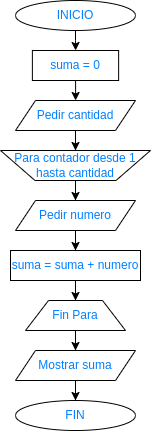
Above: DAW/primero/EntornosDesarrollo/Tema1/Diagramas de flujo II/Tercero_Supersumadora.png in Danikileitor/WebCachonda (draw.io), before the change. Source tidied: cells renumbered, new cells last; positions are measured from the earlier drawing's top-left corner, leaving out a move shared by most shapes.
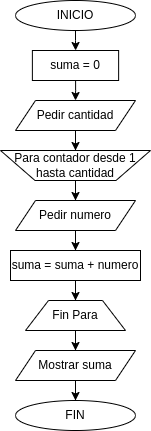
Later version of the same file.

Change to the diagram source:
```diff
@@ -2,55 +2,55 @@
   <root>
     <mxCell id="0" />
     <mxCell id="1" parent="0" />
-    <mxCell id="2" style="edgeStyle=orthogonalEdgeStyle;rounded=0;jettySize=auto;html=1;fontColor=#007FFF;" parent="1" edge="1" source="3" target="14">
+    <mxCell id="2" style="edgeStyle=orthogonalEdgeStyle;rounded=0;jettySize=auto;html=1;fontColor=#000000;" parent="1" edge="1" source="3" target="14">
       <mxGeometry relative="1" as="geometry" />
     </mxCell>
-    <mxCell id="3" value="INICIO" style="ellipse;whiteSpace=wrap;html=1;fontColor=#007FFF;" parent="1" vertex="1">
+    <mxCell id="3" value="INICIO" style="ellipse;whiteSpace=wrap;html=1;fontColor=#000000;" parent="1" vertex="1">
       <mxGeometry x="15" width="120" height="30" as="geometry" />
     </mxCell>
-    <mxCell id="4" value="FIN" style="ellipse;whiteSpace=wrap;html=1;fontColor=#007FFF;" parent="1" vertex="1">
+    <mxCell id="4" value="FIN" style="ellipse;whiteSpace=wrap;html=1;fontColor=#000000;" parent="1" vertex="1">
       <mxGeometry x="15" y="400" width="120" height="30" as="geometry" />
     </mxCell>
-    <mxCell id="5" style="edgeStyle=orthogonalEdgeStyle;rounded=0;jettySize=auto;html=1;fontColor=#007FFF;" parent="1" edge="1" source="6" target="12">
+    <mxCell id="5" style="edgeStyle=orthogonalEdgeStyle;rounded=0;jettySize=auto;html=1;fontColor=#000000;" parent="1" edge="1" source="6" target="12">
       <mxGeometry relative="1" as="geometry" />
     </mxCell>
-    <mxCell id="6" value="&lt;font&gt;Pedir numero&lt;br&gt;&lt;/font&gt;" style="shape=parallelogram;perimeter=parallelogramPerimeter;whiteSpace=wrap;html=1;fixedSize=1;fontColor=#007FFF;" parent="1" vertex="1">
+    <mxCell id="6" value="&lt;font&gt;Pedir numero&lt;br&gt;&lt;/font&gt;" style="shape=parallelogram;perimeter=parallelogramPerimeter;whiteSpace=wrap;html=1;fixedSize=1;fontColor=#000000;" parent="1" vertex="1">
       <mxGeometry x="15" y="200" width="120" height="30" as="geometry" />
     </mxCell>
-    <mxCell id="7" style="edgeStyle=orthogonalEdgeStyle;rounded=0;jettySize=auto;html=1;fontColor=#007FFF;" parent="1" edge="1" source="8" target="6">
+    <mxCell id="7" style="edgeStyle=orthogonalEdgeStyle;rounded=0;jettySize=auto;html=1;fontColor=#000000;" parent="1" edge="1" source="8" target="6">
       <mxGeometry relative="1" as="geometry" />
     </mxCell>
-    <mxCell id="8" value="Para contador desde 1 hasta cantidad" style="verticalLabelPosition=middle;verticalAlign=middle;html=1;shape=trapezoid;perimeter=trapezoidPerimeter;whiteSpace=wrap;size=0.23;arcSize=10;flipV=1;labelPosition=center;align=center;fontColor=#007FFF;" parent="1" vertex="1">
+    <mxCell id="8" value="Para contador desde 1 hasta cantidad" style="verticalLabelPosition=middle;verticalAlign=middle;html=1;shape=trapezoid;perimeter=trapezoidPerimeter;whiteSpace=wrap;size=0.23;arcSize=10;flipV=1;labelPosition=center;align=center;fontColor=#000000;" parent="1" vertex="1">
       <mxGeometry y="150" width="150" height="30" as="geometry" />
     </mxCell>
-    <mxCell id="9" style="edgeStyle=orthogonalEdgeStyle;rounded=0;jettySize=auto;html=1;fontColor=#007FFF;" parent="1" edge="1" source="10" target="16">
+    <mxCell id="9" style="edgeStyle=orthogonalEdgeStyle;rounded=0;jettySize=auto;html=1;fontColor=#000000;" parent="1" edge="1" source="10" target="16">
       <mxGeometry relative="1" as="geometry" />
     </mxCell>
-    <mxCell id="10" value="Fin Para" style="verticalLabelPosition=middle;verticalAlign=middle;html=1;shape=trapezoid;perimeter=trapezoidPerimeter;whiteSpace=wrap;size=0.23;arcSize=10;flipV=1;labelPosition=center;align=center;fontColor=#007FFF;rotation=0;direction=west;flipH=0;" parent="1" vertex="1">
+    <mxCell id="10" value="Fin Para" style="verticalLabelPosition=middle;verticalAlign=middle;html=1;shape=trapezoid;perimeter=trapezoidPerimeter;whiteSpace=wrap;size=0.23;arcSize=10;flipV=1;labelPosition=center;align=center;fontColor=#000000;rotation=0;direction=west;flipH=0;" parent="1" vertex="1">
       <mxGeometry x="25" y="300" width="100" height="30" as="geometry" />
     </mxCell>
-    <mxCell id="11" style="edgeStyle=orthogonalEdgeStyle;rounded=0;jettySize=auto;html=1;fontColor=#007FFF;" parent="1" edge="1" source="12" target="10">
+    <mxCell id="11" style="edgeStyle=orthogonalEdgeStyle;rounded=0;jettySize=auto;html=1;fontColor=#000000;" parent="1" edge="1" source="12" target="10">
       <mxGeometry relative="1" as="geometry" />
     </mxCell>
-    <mxCell id="12" value="suma = suma + numero" style="rounded=0;whiteSpace=wrap;html=1;fontColor=#007FFF;" parent="1" vertex="1">
+    <mxCell id="12" value="suma = suma + numero" style="rounded=0;whiteSpace=wrap;html=1;fontColor=#000000;" parent="1" vertex="1">
       <mxGeometry x="10" y="250" width="130" height="30" as="geometry" />
     </mxCell>
-    <mxCell id="13" style="edgeStyle=orthogonalEdgeStyle;rounded=0;jettySize=auto;html=1;fontColor=#007FFF;" parent="1" edge="1" source="14" target="18">
+    <mxCell id="13" style="edgeStyle=orthogonalEdgeStyle;rounded=0;jettySize=auto;html=1;fontColor=#000000;" parent="1" edge="1" source="14" target="18">
       <mxGeometry relative="1" as="geometry" />
     </mxCell>
-    <mxCell id="14" value="suma = 0" style="rounded=0;whiteSpace=wrap;html=1;fontColor=#007FFF;" parent="1" vertex="1">
+    <mxCell id="14" value="suma = 0" style="rounded=0;whiteSpace=wrap;html=1;fontColor=#000000;" parent="1" vertex="1">
       <mxGeometry x="31.9" y="50" width="86.2" height="30" as="geometry" />
     </mxCell>
-    <mxCell id="15" style="edgeStyle=orthogonalEdgeStyle;rounded=0;jettySize=auto;html=1;fontColor=#007FFF;" parent="1" edge="1" source="16" target="4">
+    <mxCell id="15" style="edgeStyle=orthogonalEdgeStyle;rounded=0;jettySize=auto;html=1;fontColor=#000000;" parent="1" edge="1" source="16" target="4">
       <mxGeometry relative="1" as="geometry" />
     </mxCell>
-    <mxCell id="16" value="&lt;font&gt;Mostrar suma&lt;br&gt;&lt;/font&gt;" style="shape=parallelogram;perimeter=parallelogramPerimeter;whiteSpace=wrap;html=1;fixedSize=1;fontColor=#007FFF;" parent="1" vertex="1">
+    <mxCell id="16" value="&lt;font&gt;Mostrar suma&lt;br&gt;&lt;/font&gt;" style="shape=parallelogram;perimeter=parallelogramPerimeter;whiteSpace=wrap;html=1;fixedSize=1;fontColor=#000000;" parent="1" vertex="1">
       <mxGeometry x="15" y="350" width="120" height="30" as="geometry" />
     </mxCell>
-    <mxCell id="17" style="edgeStyle=orthogonalEdgeStyle;rounded=0;jettySize=auto;html=1;fontColor=#007FFF;" parent="1" edge="1" source="18" target="8">
+    <mxCell id="17" style="edgeStyle=orthogonalEdgeStyle;rounded=0;jettySize=auto;html=1;fontColor=#000000;" parent="1" edge="1" source="18" target="8">
       <mxGeometry relative="1" as="geometry" />
     </mxCell>
-    <mxCell id="18" value="&lt;font&gt;Pedir cantidad&lt;br&gt;&lt;/font&gt;" style="shape=parallelogram;perimeter=parallelogramPerimeter;whiteSpace=wrap;html=1;fixedSize=1;fontColor=#007FFF;" parent="1" vertex="1">
+    <mxCell id="18" value="&lt;font&gt;Pedir cantidad&lt;br&gt;&lt;/font&gt;" style="shape=parallelogram;perimeter=parallelogramPerimeter;whiteSpace=wrap;html=1;fixedSize=1;fontColor=#000000;" parent="1" vertex="1">
       <mxGeometry x="15" y="100" width="120" height="30" as="geometry" />
     </mxCell>
   </root>
```
